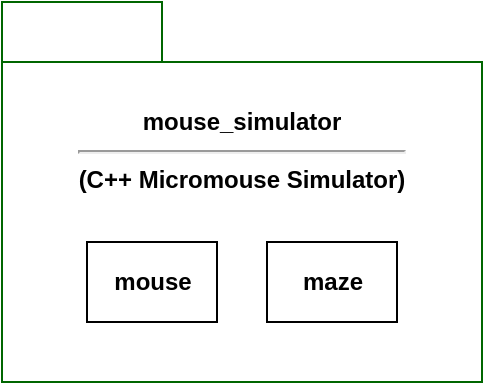
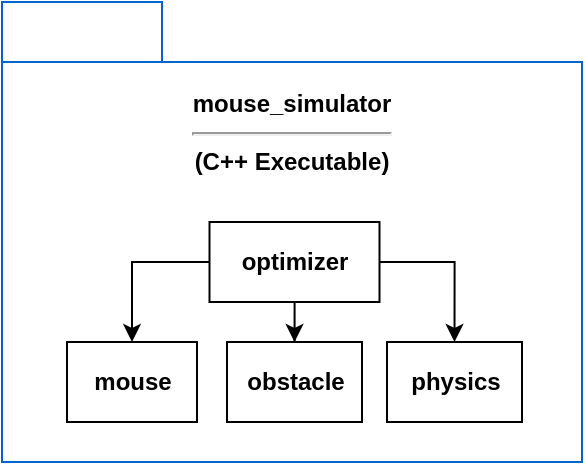
- <mxfile host="Electron" agent="Mozilla/5.0 (Windows NT 10.0; Win64; x64) AppleWebKit/537.36 (KHTML, like Gecko) draw.io/29.3.0 Chrome/140.0.7339.249 Electron/38.7.2 Safari/537.36" version="29.3.0">
+ <mxfile host="Electron" agent="Mozilla/5.0 (Windows NT 10.0; Win64; x64) AppleWebKit/537.36 (KHTML, like Gecko) draw.io/29.6.1 Chrome/142.0.7444.265 Electron/39.8.0 Safari/537.36" version="29.6.1">
  <diagram name="Page-1" id="KDZp5Tcgb_5S-pT7iElr">
-     <mxGraphModel dx="1042" dy="626" grid="1" gridSize="10" guides="1" tooltips="1" connect="1" arrows="1" fold="1" page="1" pageScale="1" pageWidth="850" pageHeight="1100" math="0" shadow="0">
+     <mxGraphModel dx="868" dy="522" grid="1" gridSize="10" guides="1" tooltips="1" connect="1" arrows="1" fold="1" page="1" pageScale="1" pageWidth="850" pageHeight="1100" math="0" shadow="0">
      <root>
        <mxCell id="0" />
        <mxCell id="1" parent="0" />
-         <mxCell id="PM4G5hOw4cy-gQDc5K8O-1" parent="1" style="shape=folder;fontStyle=1;tabWidth=80;tabHeight=30;tabPosition=left;html=1;boundedLbl=1;whiteSpace=wrap;strokeColor=#006600;" value="&lt;div&gt;mouse_simulator&lt;/div&gt;&lt;div&gt;&lt;hr&gt;(C++ Micromouse Simulator)&lt;/div&gt;&lt;div&gt;&lt;br&gt;&lt;/div&gt;&lt;div&gt;&lt;br&gt;&lt;/div&gt;&lt;div&gt;&lt;br&gt;&lt;/div&gt;&lt;div&gt;&lt;br&gt;&lt;/div&gt;&lt;div&gt;&lt;br&gt;&lt;/div&gt;" vertex="1">
-           <mxGeometry height="190" width="240" x="110" y="150" as="geometry" />
+         <mxCell id="nLHY-gs9SaZubnEj629W-1" parent="1" style="shape=folder;fontStyle=1;tabWidth=80;tabHeight=30;tabPosition=left;html=1;boundedLbl=1;whiteSpace=wrap;strokeColor=#0066CC;" value="&lt;div&gt;mouse_simulator&lt;/div&gt;&lt;div&gt;&lt;hr&gt;(C++ Executable)&lt;/div&gt;&lt;div&gt;&lt;br&gt;&lt;/div&gt;&lt;div&gt;&lt;br&gt;&lt;/div&gt;&lt;div&gt;&lt;br&gt;&lt;/div&gt;&lt;div&gt;&lt;br&gt;&lt;/div&gt;&lt;div&gt;&lt;br&gt;&lt;/div&gt;&lt;div&gt;&lt;br&gt;&lt;/div&gt;&lt;div&gt;&lt;br&gt;&lt;/div&gt;&lt;div&gt;&lt;br&gt;&lt;/div&gt;&lt;div&gt;&lt;br&gt;&lt;/div&gt;" vertex="1">
+           <mxGeometry height="230" width="290" x="260" y="190" as="geometry" />
        </mxCell>
        <mxCell id="PM4G5hOw4cy-gQDc5K8O-2" parent="1" style="rounded=0;whiteSpace=wrap;html=1;" value="&lt;b&gt;mouse&lt;/b&gt;" vertex="1">
-           <mxGeometry height="40" width="65" x="152.5" y="270" as="geometry" />
+           <mxGeometry height="40" width="65" x="292.5" y="360" as="geometry" />
        </mxCell>
-         <mxCell id="PM4G5hOw4cy-gQDc5K8O-3" parent="1" style="rounded=0;whiteSpace=wrap;html=1;" value="&lt;b&gt;maze&lt;/b&gt;" vertex="1">
-           <mxGeometry height="40" width="65" x="242.5" y="270" as="geometry" />
+         <mxCell id="PM4G5hOw4cy-gQDc5K8O-3" parent="1" style="rounded=0;whiteSpace=wrap;html=1;" value="&lt;b&gt;obstacle&lt;/b&gt;" vertex="1">
+           <mxGeometry height="40" width="67.5" x="372.5" y="360" as="geometry" />
+         </mxCell>
+         <mxCell id="nLHY-gs9SaZubnEj629W-2" parent="1" style="rounded=0;whiteSpace=wrap;html=1;" value="&lt;b&gt;physics&lt;/b&gt;" vertex="1">
+           <mxGeometry height="40" width="67.5" x="452.5" y="360" as="geometry" />
+         </mxCell>
+         <mxCell id="nLHY-gs9SaZubnEj629W-5" edge="1" parent="1" source="nLHY-gs9SaZubnEj629W-3" style="edgeStyle=orthogonalEdgeStyle;rounded=0;orthogonalLoop=1;jettySize=auto;html=1;entryX=0.5;entryY=0;entryDx=0;entryDy=0;" target="PM4G5hOw4cy-gQDc5K8O-3">
+           <mxGeometry relative="1" as="geometry" />
+         </mxCell>
+         <mxCell id="nLHY-gs9SaZubnEj629W-6" edge="1" parent="1" source="nLHY-gs9SaZubnEj629W-3" style="edgeStyle=orthogonalEdgeStyle;rounded=0;orthogonalLoop=1;jettySize=auto;html=1;entryX=0.5;entryY=0;entryDx=0;entryDy=0;" target="PM4G5hOw4cy-gQDc5K8O-2">
+           <mxGeometry relative="1" as="geometry" />
+         </mxCell>
+         <mxCell id="nLHY-gs9SaZubnEj629W-7" edge="1" parent="1" source="nLHY-gs9SaZubnEj629W-3" style="edgeStyle=orthogonalEdgeStyle;rounded=0;orthogonalLoop=1;jettySize=auto;html=1;entryX=0.5;entryY=0;entryDx=0;entryDy=0;" target="nLHY-gs9SaZubnEj629W-2">
+           <mxGeometry relative="1" as="geometry" />
+         </mxCell>
+         <mxCell id="nLHY-gs9SaZubnEj629W-3" parent="1" style="rounded=0;whiteSpace=wrap;html=1;" value="&lt;b&gt;optimizer&lt;/b&gt;" vertex="1">
+           <mxGeometry height="40" width="85" x="363.75" y="300" as="geometry" />
        </mxCell>
      </root>
    </mxGraphModel>
  </diagram>
</mxfile>
